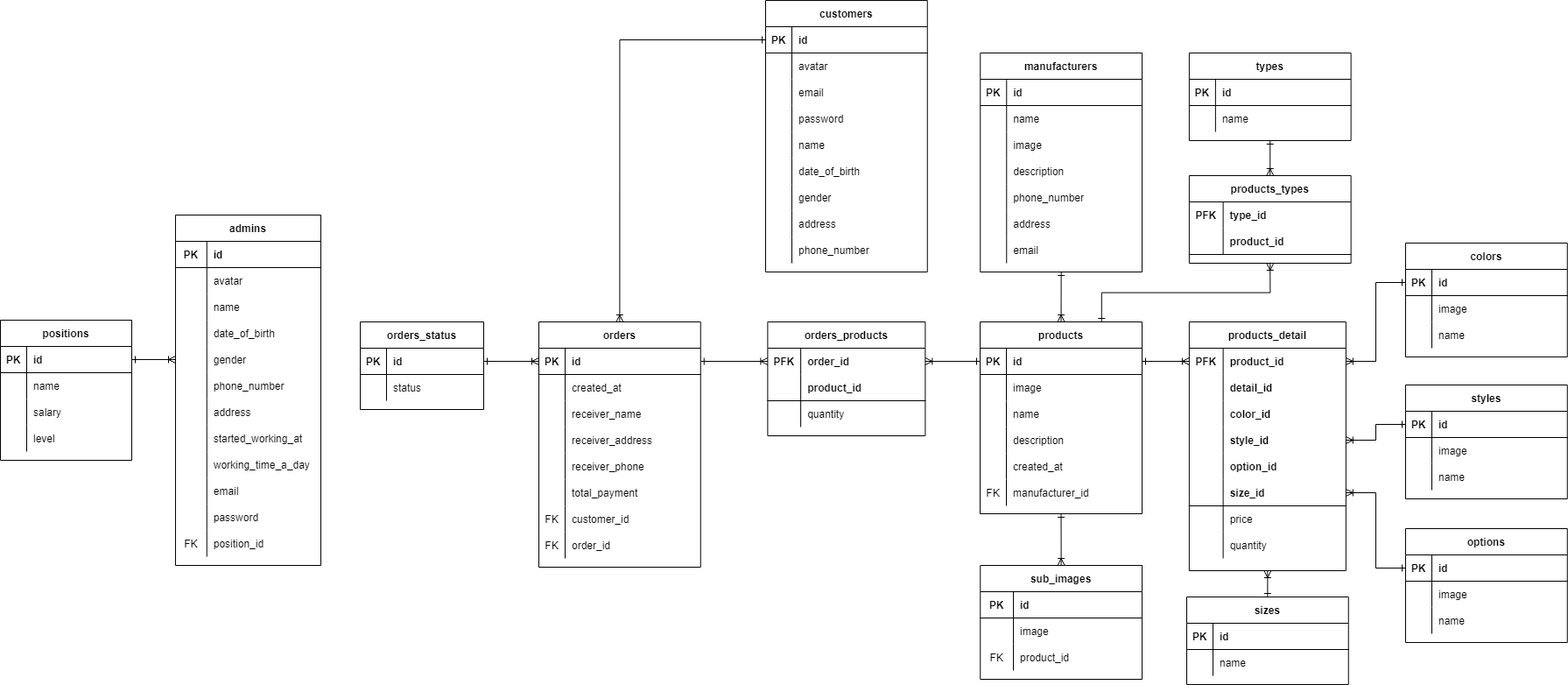
huyviet0110/FishingTackle keeps this draw.io diagram as DB/ERD.png. Above is the earlier version. Source tidied: cells renumbered, new cells last; positions are measured from the earlier drawing's top-left corner, leaving out a move shared by most shapes.
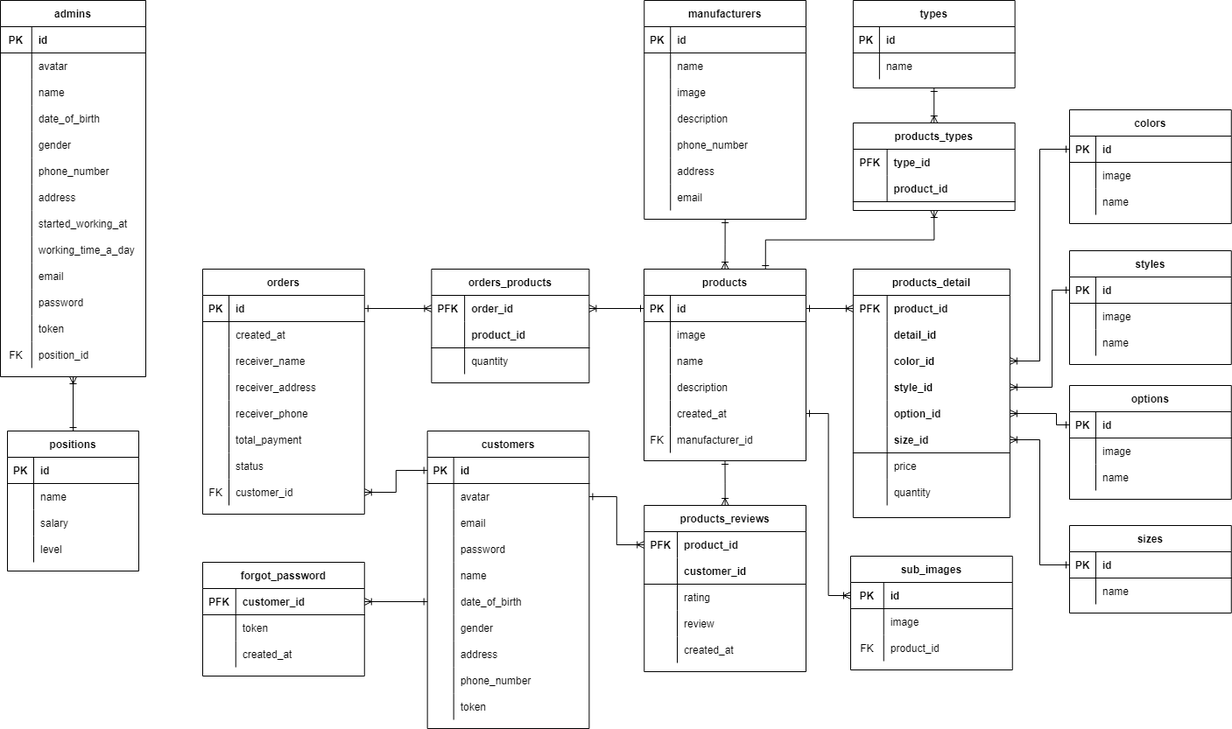
After the commit.

Commit message:
update (fix ERD & database_diagram)

What changed in the source:
```diff
@@ -7,5 +7,8 @@
     </mxCell>
-    <mxCell id="3" style="edgeStyle=orthogonalEdgeStyle;rounded=0;jettySize=auto;html=1;exitX=0.5;exitY=1;exitDx=0;exitDy=0;entryX=0.5;entryY=0;entryDx=0;entryDy=0;startArrow=ERone;startFill=0;endArrow=ERoneToMany;endFill=0;" parent="1" edge="1" source="4" target="72">
-      <mxGeometry relative="1" as="geometry" />
-    </mxCell>
+    <mxCell id="263" style="edgeStyle=orthogonalEdgeStyle;rounded=0;jettySize=auto;html=1;exitX=1;exitY=0.5;exitDx=0;exitDy=0;entryX=0;entryY=0.5;entryDx=0;entryDy=0;startArrow=ERone;startFill=0;endArrow=ERoneToMany;endFill=0;" parent="1" edge="1" source="17" target="73">
+      <mxGeometry relative="1" as="geometry" />
+    </mxCell>
+    <mxCell id="264" style="edgeStyle=orthogonalEdgeStyle;rounded=0;jettySize=auto;html=1;exitX=0.5;exitY=1;exitDx=0;exitDy=0;entryX=0.5;entryY=0;entryDx=0;entryDy=0;startArrow=ERone;startFill=0;endArrow=ERoneToMany;endFill=0;" parent="1" edge="1" source="4" target="274">
+      <mxGeometry relative="1" as="geometry" />
+    </mxCell>
     <mxCell id="4" value="products" style="shape=table;startSize=30;rowLines=0;fontStyle=1;align=center;" parent="1" vertex="1">
@@ -215,3 +218,3 @@
     <mxCell id="72" value="sub_images" style="shape=table;startSize=30;rowLines=0;fontStyle=1;align=center;" parent="1" vertex="1">
-      <mxGeometry x="1119.2" y="645" width="184.8" height="130" as="geometry" />
+      <mxGeometry x="1355" y="695" width="184.8" height="130" as="geometry" />
     </mxCell>
@@ -301,4 +304,13 @@
     </mxCell>
+    <mxCell id="265" style="shape=partialRectangle;fillColor=none;top=0;left=0;right=0;bottom=0;" parent="82" vertex="1">
+      <mxGeometry y="210" width="184.8" height="30" as="geometry" />
+    </mxCell>
+    <mxCell id="266" style="shape=partialRectangle;overflow=hidden;fillColor=none;top=0;left=0;bottom=0;right=0;" parent="265" vertex="1">
+      <mxGeometry width="30" height="30" as="geometry" />
+    </mxCell>
+    <mxCell id="191" value="status" style="shape=partialRectangle;overflow=hidden;fillColor=none;top=0;left=0;bottom=0;right=0;align=left;spacingLeft=6;" parent="265" vertex="1">
+      <mxGeometry x="30" width="154.8" height="30" as="geometry" />
+    </mxCell>
     <mxCell id="101" style="shape=partialRectangle;fillColor=none;points=[[0,0.5],[1,0.5]];portConstraint=eastwest;top=0;left=0;right=0;bottom=0;" parent="82" vertex="1">
-      <mxGeometry y="210" width="184.8" height="30" as="geometry" />
+      <mxGeometry y="240" width="184.8" height="30" as="geometry" />
     </mxCell>
@@ -310,13 +322,4 @@
     </mxCell>
-    <mxCell id="104" style="shape=partialRectangle;fillColor=none;top=0;left=0;right=0;bottom=0;" parent="82" vertex="1">
-      <mxGeometry y="240" width="184.8" height="30" as="geometry" />
-    </mxCell>
-    <mxCell id="105" value="FK" style="shape=partialRectangle;overflow=hidden;fillColor=none;top=0;left=0;bottom=0;right=0;" parent="104" vertex="1">
-      <mxGeometry width="30" height="30" as="geometry" />
-    </mxCell>
-    <mxCell id="106" value="order_id" style="shape=partialRectangle;overflow=hidden;fillColor=none;top=0;left=0;bottom=0;right=0;align=left;spacingLeft=6;" parent="104" vertex="1">
-      <mxGeometry x="30" width="154.8" height="30" as="geometry" />
-    </mxCell>
     <mxCell id="107" value="customers" style="shape=table;startSize=30;rowLines=0;fontStyle=1;align=center;" parent="1" vertex="1">
-      <mxGeometry x="874" width="184.8" height="310" as="geometry" />
+      <mxGeometry x="871.6" y="552" width="184.8" height="340" as="geometry" />
     </mxCell>
@@ -403,2 +406,11 @@
     </mxCell>
+    <mxCell id="267" style="shape=partialRectangle;fillColor=none;top=0;left=0;right=0;bottom=0;" parent="107" vertex="1">
+      <mxGeometry y="300" width="184.8" height="30" as="geometry" />
+    </mxCell>
+    <mxCell id="268" style="shape=partialRectangle;overflow=hidden;fillColor=none;top=0;left=0;bottom=0;right=0;" parent="267" vertex="1">
+      <mxGeometry width="30" height="30" as="geometry" />
+    </mxCell>
+    <mxCell id="269" value="token" style="shape=partialRectangle;overflow=hidden;fillColor=none;top=0;left=0;bottom=0;right=0;align=left;spacingLeft=6;" parent="267" vertex="1">
+      <mxGeometry x="30" width="154.8" height="30" as="geometry" />
+    </mxCell>
     <mxCell id="135" value="orders_products" style="shape=table;startSize=30;rowLines=0;fontStyle=1;align=center;" parent="1" vertex="1">
@@ -439,7 +451,4 @@
     </mxCell>
-    <mxCell id="147" style="edgeStyle=orthogonalEdgeStyle;rounded=0;jettySize=auto;html=1;exitX=0;exitY=0.5;exitDx=0;exitDy=0;entryX=0.5;entryY=0;entryDx=0;entryDy=0;startArrow=ERone;startFill=0;endArrow=ERoneToMany;endFill=0;" parent="1" edge="1" source="108" target="82">
-      <mxGeometry relative="1" as="geometry" />
-    </mxCell>
     <mxCell id="148" value="admins" style="shape=table;startSize=30;rowLines=0;fontStyle=1;align=center;" parent="1" vertex="1">
-      <mxGeometry x="200" y="245" width="166" height="400" as="geometry" />
+      <mxGeometry x="384" y="60" width="166" height="430" as="geometry" />
     </mxCell>
@@ -544,4 +553,13 @@
     </mxCell>
+    <mxCell id="270" style="shape=partialRectangle;fillColor=none;top=0;left=0;right=0;bottom=0;" parent="148" vertex="1">
+      <mxGeometry y="360" width="166" height="30" as="geometry" />
+    </mxCell>
+    <mxCell id="271" style="shape=partialRectangle;overflow=hidden;fillColor=none;top=0;left=0;bottom=0;right=0;" parent="270" vertex="1">
+      <mxGeometry width="35.8" height="30" as="geometry" />
+    </mxCell>
+    <mxCell id="272" value="token" style="shape=partialRectangle;overflow=hidden;fillColor=none;top=0;left=0;bottom=0;right=0;align=left;spacingLeft=6;" parent="270" vertex="1">
+      <mxGeometry x="35.8" width="130.2" height="30" as="geometry" />
+    </mxCell>
     <mxCell id="182" style="shape=partialRectangle;fillColor=none;top=0;left=0;right=0;bottom=0;" parent="148" vertex="1">
-      <mxGeometry y="360" width="166" height="30" as="geometry" />
+      <mxGeometry y="390" width="166" height="30" as="geometry" />
     </mxCell>
@@ -553,28 +571,4 @@
     </mxCell>
-    <mxCell id="185" value="orders_status" style="shape=table;startSize=30;rowLines=0;fontStyle=1;align=center;fillColor=default;" parent="1" vertex="1">
-      <mxGeometry x="411" y="367" width="141" height="100" as="geometry" />
-    </mxCell>
-    <mxCell id="186" style="shape=partialRectangle;fillColor=none;points=[[0,0.5],[1,0.5]];portConstraint=eastwest;top=0;left=0;right=0;bottom=1;" parent="185" vertex="1">
-      <mxGeometry y="30" width="141" height="30" as="geometry" />
-    </mxCell>
-    <mxCell id="187" value="PK" style="shape=partialRectangle;overflow=hidden;fillColor=none;top=0;left=0;bottom=0;right=0;fontStyle=1;" parent="186" vertex="1">
-      <mxGeometry width="30" height="30" as="geometry" />
-    </mxCell>
-    <mxCell id="188" value="id" style="shape=partialRectangle;overflow=hidden;fillColor=none;top=0;left=0;bottom=0;right=0;align=left;spacingLeft=6;fontStyle=1;" parent="186" vertex="1">
-      <mxGeometry x="30" width="111" height="30" as="geometry" />
-    </mxCell>
-    <mxCell id="189" style="shape=partialRectangle;fillColor=none;top=0;left=0;right=0;bottom=0;" parent="185" vertex="1">
-      <mxGeometry y="60" width="141" height="30" as="geometry" />
-    </mxCell>
-    <mxCell id="190" style="shape=partialRectangle;overflow=hidden;fillColor=none;top=0;left=0;bottom=0;right=0;" parent="189" vertex="1">
-      <mxGeometry width="30" height="30" as="geometry" />
-    </mxCell>
-    <mxCell id="191" value="status" style="shape=partialRectangle;overflow=hidden;fillColor=none;top=0;left=0;bottom=0;right=0;align=left;spacingLeft=6;" parent="189" vertex="1">
-      <mxGeometry x="30" width="111" height="30" as="geometry" />
-    </mxCell>
-    <mxCell id="192" style="edgeStyle=orthogonalEdgeStyle;rounded=0;jettySize=auto;html=1;exitX=0;exitY=0.5;exitDx=0;exitDy=0;entryX=1;entryY=0.5;entryDx=0;entryDy=0;endArrow=ERone;endFill=0;startArrow=ERoneToMany;startFill=0;" parent="1" edge="1" source="83" target="186">
-      <mxGeometry relative="1" as="geometry" />
-    </mxCell>
     <mxCell id="193" value="colors" style="shape=table;startSize=30;rowLines=0;fontStyle=1;align=center;" parent="1" vertex="1">
-      <mxGeometry x="1605" y="277" width="184.8" height="130" as="geometry" />
+      <mxGeometry x="1605" y="185" width="184.8" height="130" as="geometry" />
     </mxCell>
@@ -607,4 +601,7 @@
     </mxCell>
+    <mxCell id="273" style="edgeStyle=orthogonalEdgeStyle;rounded=0;jettySize=auto;html=1;exitX=0.5;exitY=0;exitDx=0;exitDy=0;entryX=0.5;entryY=1;entryDx=0;entryDy=0;startArrow=ERone;startFill=0;endArrow=ERoneToMany;endFill=0;" parent="1" edge="1" source="203" target="148">
+      <mxGeometry relative="1" as="geometry" />
+    </mxCell>
     <mxCell id="203" value="positions" style="shape=table;startSize=30;rowLines=0;fontStyle=1;align=center;" parent="1" vertex="1">
-      <mxGeometry y="365" width="150" height="160" as="geometry" />
+      <mxGeometry x="392" y="552" width="150" height="160" as="geometry" />
     </mxCell>
@@ -692,3 +689,3 @@
     <mxCell id="231" value="styles" style="shape=table;startSize=30;rowLines=0;fontStyle=1;align=center;" parent="1" vertex="1">
-      <mxGeometry x="1605" y="439" width="184.8" height="130" as="geometry" />
+      <mxGeometry x="1605" y="346" width="184.8" height="130" as="geometry" />
     </mxCell>
@@ -721,10 +718,7 @@
     </mxCell>
-    <mxCell id="241" style="edgeStyle=orthogonalEdgeStyle;rounded=0;jettySize=auto;html=1;exitX=0;exitY=0.5;exitDx=0;exitDy=0;entryX=1;entryY=0.5;entryDx=0;entryDy=0;startArrow=ERone;startFill=0;endArrow=ERoneToMany;endFill=0;" parent="1" edge="1" source="194" target="24">
+    <mxCell id="241" style="edgeStyle=orthogonalEdgeStyle;rounded=0;jettySize=auto;html=1;exitX=0;exitY=0.5;exitDx=0;exitDy=0;entryX=1;entryY=0.5;entryDx=0;entryDy=0;startArrow=ERone;startFill=0;endArrow=ERoneToMany;endFill=0;" parent="1" edge="1" source="194" target="30">
       <mxGeometry relative="1" as="geometry" />
     </mxCell>
-    <mxCell id="242" style="edgeStyle=orthogonalEdgeStyle;rounded=0;jettySize=auto;html=1;exitX=0.5;exitY=0;exitDx=0;exitDy=0;entryX=0.5;entryY=1;entryDx=0;entryDy=0;endArrow=ERoneToMany;endFill=0;startArrow=ERone;startFill=0;" parent="1" edge="1" source="243" target="23">
-      <mxGeometry relative="1" as="geometry" />
-    </mxCell>
     <mxCell id="243" value="sizes" style="shape=table;startSize=30;rowLines=0;fontStyle=1;align=center;" parent="1" vertex="1">
-      <mxGeometry x="1355" y="681" width="184.8" height="100" as="geometry" />
+      <mxGeometry x="1605" y="660" width="184.8" height="100" as="geometry" />
     </mxCell>
@@ -749,6 +743,11 @@
     <mxCell id="250" style="edgeStyle=orthogonalEdgeStyle;rounded=0;jettySize=auto;html=1;exitX=0;exitY=0.5;exitDx=0;exitDy=0;entryX=1;entryY=0.5;entryDx=0;entryDy=0;startArrow=ERone;startFill=0;endArrow=ERoneToMany;endFill=0;" parent="1" edge="1" source="232" target="33">
-      <mxGeometry relative="1" as="geometry" />
+      <mxGeometry relative="1" as="geometry">
+        <Array as="points">
+          <mxPoint x="1585" y="391" />
+          <mxPoint x="1585" y="502" />
+        </Array>
+      </mxGeometry>
     </mxCell>
     <mxCell id="251" value="options" style="shape=table;startSize=30;rowLines=0;fontStyle=1;align=center;" parent="1" vertex="1">
-      <mxGeometry x="1605" y="603" width="184.8" height="130" as="geometry" />
+      <mxGeometry x="1605" y="500" width="184.8" height="130" as="geometry" />
     </mxCell>
@@ -781,8 +780,100 @@
     </mxCell>
-    <mxCell id="261" style="edgeStyle=orthogonalEdgeStyle;rounded=0;jettySize=auto;html=1;exitX=0;exitY=0.5;exitDx=0;exitDy=0;entryX=1;entryY=0.5;entryDx=0;entryDy=0;startArrow=ERone;startFill=0;endArrow=ERoneToMany;endFill=0;" parent="1" edge="1" source="252" target="39">
-      <mxGeometry relative="1" as="geometry" />
+    <mxCell id="261" style="edgeStyle=orthogonalEdgeStyle;rounded=0;jettySize=auto;html=1;exitX=0;exitY=0.5;exitDx=0;exitDy=0;entryX=1;entryY=0.5;entryDx=0;entryDy=0;startArrow=ERone;startFill=0;endArrow=ERoneToMany;endFill=0;" parent="1" edge="1" source="252" target="36">
+      <mxGeometry relative="1" as="geometry">
+        <Array as="points">
+          <mxPoint x="1590" y="545" />
+          <mxPoint x="1590" y="532" />
+        </Array>
+      </mxGeometry>
     </mxCell>
-    <mxCell id="262" style="edgeStyle=orthogonalEdgeStyle;rounded=0;jettySize=auto;html=1;exitX=1;exitY=0.5;exitDx=0;exitDy=0;entryX=0;entryY=0.5;entryDx=0;entryDy=0;endArrow=ERoneToMany;endFill=0;startArrow=ERone;startFill=0;" parent="1" edge="1" source="204" target="161">
-      <mxGeometry relative="1" as="geometry" />
-    </mxCell>
+    <mxCell id="274" value="products_reviews" style="shape=table;startSize=30;rowLines=0;fontStyle=1;align=center;" parent="1" vertex="1">
+      <mxGeometry x="1119.2" y="637" width="184.8" height="190" as="geometry" />
+    </mxCell>
+    <mxCell id="275" style="shape=partialRectangle;fillColor=none;points=[[0,0.5],[1,0.5]];portConstraint=eastwest;top=0;left=0;right=0;bottom=0;" parent="274" vertex="1">
+      <mxGeometry y="30" width="184.8" height="30" as="geometry" />
+    </mxCell>
+    <mxCell id="276" value="PFK" style="shape=partialRectangle;overflow=hidden;fillColor=none;top=0;left=0;bottom=0;right=0;fontStyle=1;" parent="275" vertex="1">
+      <mxGeometry width="37.8" height="30" as="geometry" />
+    </mxCell>
+    <mxCell id="277" value="product_id" style="shape=partialRectangle;overflow=hidden;fillColor=none;top=0;left=0;bottom=0;right=0;align=left;spacingLeft=6;fontStyle=1;" parent="275" vertex="1">
+      <mxGeometry x="37.8" width="147" height="30" as="geometry" />
+    </mxCell>
+    <mxCell id="278" style="shape=partialRectangle;fillColor=none;top=0;left=0;right=0;bottom=1;" parent="274" vertex="1">
+      <mxGeometry y="60" width="184.8" height="30" as="geometry" />
+    </mxCell>
+    <mxCell id="279" style="shape=partialRectangle;overflow=hidden;fillColor=none;top=0;left=0;bottom=0;right=0;fontStyle=1;" parent="278" vertex="1">
+      <mxGeometry width="37.8" height="30" as="geometry" />
+    </mxCell>
+    <mxCell id="280" value="customer_id" style="shape=partialRectangle;overflow=hidden;fillColor=none;top=0;left=0;bottom=0;right=0;align=left;spacingLeft=6;fontStyle=1;" parent="278" vertex="1">
+      <mxGeometry x="37.8" width="147" height="30" as="geometry" />
+    </mxCell>
+    <mxCell id="281" style="shape=partialRectangle;fillColor=none;top=0;left=0;right=0;bottom=0;" parent="274" vertex="1">
+      <mxGeometry y="90" width="184.8" height="30" as="geometry" />
+    </mxCell>
+    <mxCell id="282" style="shape=partialRectangle;overflow=hidden;fillColor=none;top=0;left=0;bottom=0;right=0;" parent="281" vertex="1">
+      <mxGeometry width="37.8" height="30" as="geometry" />
+    </mxCell>
+    <mxCell id="283" value="rating" style="shape=partialRectangle;overflow=hidden;fillColor=none;top=0;left=0;bottom=0;right=0;align=left;spacingLeft=6;" parent="281" vertex="1">
+      <mxGeometry x="37.8" width="147" height="30" as="geometry" />
+    </mxCell>
+    <mxCell id="284" style="shape=partialRectangle;fillColor=none;top=0;left=0;right=0;bottom=0;" parent="274" vertex="1">
+      <mxGeometry y="120" width="184.8" height="30" as="geometry" />
+    </mxCell>
+    <mxCell id="285" style="shape=partialRectangle;overflow=hidden;fillColor=none;top=0;left=0;bottom=0;right=0;" parent="284" vertex="1">
+      <mxGeometry width="37.8" height="30" as="geometry" />
+    </mxCell>
+    <mxCell id="286" value="review" style="shape=partialRectangle;overflow=hidden;fillColor=none;top=0;left=0;bottom=0;right=0;align=left;spacingLeft=6;" parent="284" vertex="1">
+      <mxGeometry x="37.8" width="147" height="30" as="geometry" />
+    </mxCell>
+    <mxCell id="287" style="shape=partialRectangle;fillColor=none;top=0;left=0;right=0;bottom=0;" parent="274" vertex="1">
+      <mxGeometry y="150" width="184.8" height="30" as="geometry" />
+    </mxCell>
+    <mxCell id="288" style="shape=partialRectangle;overflow=hidden;fillColor=none;top=0;left=0;bottom=0;right=0;" parent="287" vertex="1">
+      <mxGeometry width="37.8" height="30" as="geometry" />
+    </mxCell>
+    <mxCell id="289" value="created_at" style="shape=partialRectangle;overflow=hidden;fillColor=none;top=0;left=0;bottom=0;right=0;align=left;spacingLeft=6;" parent="287" vertex="1">
+      <mxGeometry x="37.8" width="147" height="30" as="geometry" />
+    </mxCell>
+    <mxCell id="290" value="forgot_password" style="shape=table;startSize=30;rowLines=0;fontStyle=1;align=center;" parent="1" vertex="1">
+      <mxGeometry x="615" y="702" width="184.8" height="130" as="geometry" />
+    </mxCell>
+    <mxCell id="291" style="shape=partialRectangle;fillColor=none;points=[[0,0.5],[1,0.5]];portConstraint=eastwest;top=0;left=0;right=0;bottom=1;" parent="290" vertex="1">
+      <mxGeometry y="30" width="184.8" height="30" as="geometry" />
+    </mxCell>
+    <mxCell id="292" value="PFK" style="shape=partialRectangle;overflow=hidden;fillColor=none;top=0;left=0;bottom=0;right=0;fontStyle=1;" parent="291" vertex="1">
+      <mxGeometry width="37.8" height="30" as="geometry" />
+    </mxCell>
+    <mxCell id="293" value="customer_id" style="shape=partialRectangle;overflow=hidden;fillColor=none;top=0;left=0;bottom=0;right=0;align=left;spacingLeft=6;fontStyle=1;" parent="291" vertex="1">
+      <mxGeometry x="37.8" width="147" height="30" as="geometry" />
+    </mxCell>
+    <mxCell id="294" style="shape=partialRectangle;fillColor=none;top=0;left=0;right=0;bottom=0;" parent="290" vertex="1">
+      <mxGeometry y="60" width="184.8" height="30" as="geometry" />
+    </mxCell>
+    <mxCell id="295" style="shape=partialRectangle;overflow=hidden;fillColor=none;top=0;left=0;bottom=0;right=0;" parent="294" vertex="1">
+      <mxGeometry width="37.8" height="30" as="geometry" />
+    </mxCell>
+    <mxCell id="296" value="token" style="shape=partialRectangle;overflow=hidden;fillColor=none;top=0;left=0;bottom=0;right=0;align=left;spacingLeft=6;" parent="294" vertex="1">
+      <mxGeometry x="37.8" width="147" height="30" as="geometry" />
+    </mxCell>
+    <mxCell id="297" style="shape=partialRectangle;fillColor=none;top=0;left=0;right=0;bottom=0;" parent="290" vertex="1">
+      <mxGeometry y="90" width="184.8" height="30" as="geometry" />
+    </mxCell>
+    <mxCell id="298" style="shape=partialRectangle;overflow=hidden;fillColor=none;top=0;left=0;bottom=0;right=0;" parent="297" vertex="1">
+      <mxGeometry width="37.8" height="30" as="geometry" />
+    </mxCell>
+    <mxCell id="299" value="created_at" style="shape=partialRectangle;overflow=hidden;fillColor=none;top=0;left=0;bottom=0;right=0;align=left;spacingLeft=6;" parent="297" vertex="1">
+      <mxGeometry x="37.8" width="147" height="30" as="geometry" />
+    </mxCell>
+    <mxCell id="300" style="edgeStyle=orthogonalEdgeStyle;rounded=0;jettySize=auto;html=1;exitX=0;exitY=0.5;exitDx=0;exitDy=0;entryX=1;entryY=0.5;entryDx=0;entryDy=0;endArrow=ERoneToMany;endFill=0;startArrow=ERone;startFill=0;" parent="1" edge="1" source="244" target="39">
+      <mxGeometry relative="1" as="geometry" />
+    </mxCell>
+    <mxCell id="301" style="edgeStyle=orthogonalEdgeStyle;rounded=0;jettySize=auto;html=1;exitX=1;exitY=0.5;exitDx=0;exitDy=0;entryX=0;entryY=0.5;entryDx=0;entryDy=0;startArrow=ERone;startFill=0;endArrow=ERoneToMany;endFill=0;" parent="1" edge="1" source="111" target="275">
+      <mxGeometry relative="1" as="geometry" />
+    </mxCell>
+    <mxCell id="302" style="edgeStyle=orthogonalEdgeStyle;rounded=0;jettySize=auto;html=1;exitX=0;exitY=0.5;exitDx=0;exitDy=0;entryX=1;entryY=0.5;entryDx=0;entryDy=0;startArrow=ERone;startFill=0;endArrow=ERoneToMany;endFill=0;" parent="1" edge="1" source="108" target="101">
+      <mxGeometry relative="1" as="geometry" />
+    </mxCell>
+    <mxCell id="303" style="edgeStyle=orthogonalEdgeStyle;rounded=0;jettySize=auto;html=1;exitX=0;exitY=0.5;exitDx=0;exitDy=0;entryX=1;entryY=0.5;entryDx=0;entryDy=0;startArrow=ERone;startFill=0;endArrow=ERoneToMany;endFill=0;" parent="1" edge="1" source="123" target="291">
+      <mxGeometry relative="1" as="geometry" />
+    </mxCell>
   </root>
```
